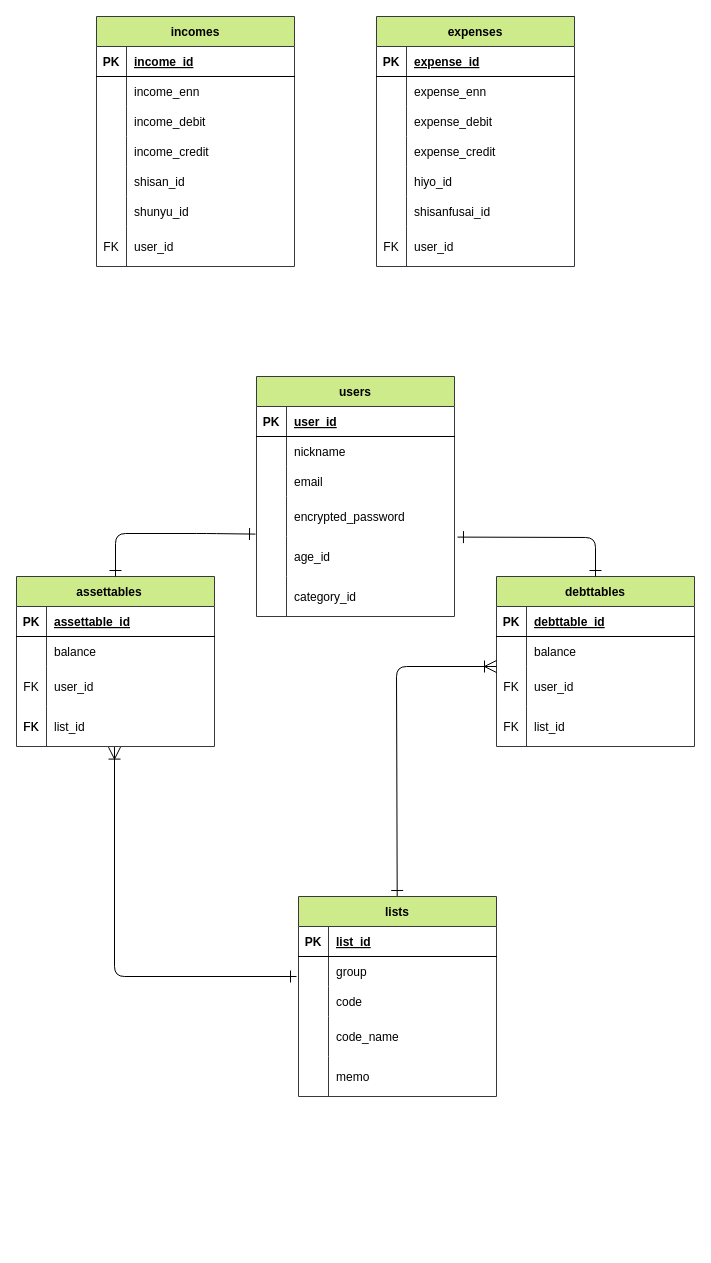
The draw.io diagram page "ER図" (2 of 3) of moneyforest.dio in rikakohira/moneyforest, before the edit. Source tidied: cells renumbered, new cells numbered last; positions are measured from the earlier drawing's top-left corner, leaving out a move shared by most shapes. Both pictures are drawn from the tidied source at 100%, with x=0, y=0 at pixel (16, 16).
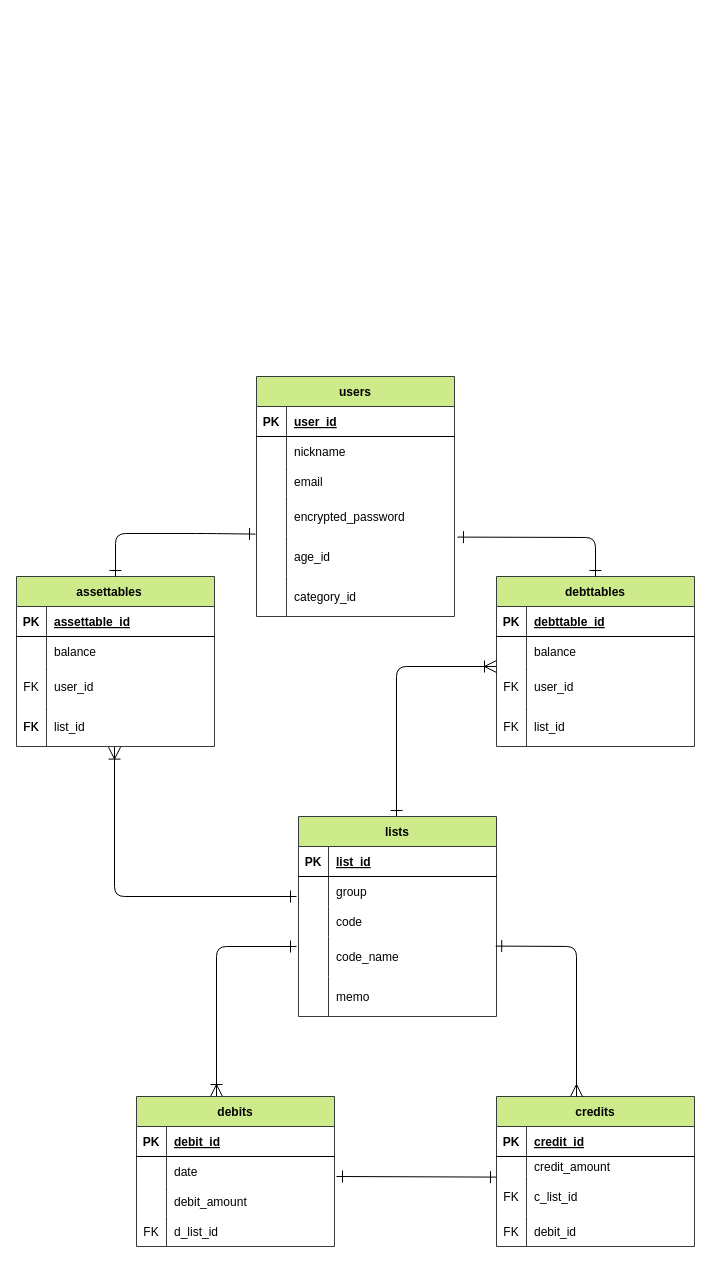
The same page after the edit.

Unchanged cells that the change refers to:
```xml
<mxCell id="31" style="shape=partialRectangle;fillColor=none;top=0;left=0;bottom=0;right=0;points=[[0,0.5],[1,0.5]];portConstraint=eastwest;strokeColor=#000000;fontColor=#000000;" parent="21" vertex="1">
  <mxGeometry y="130" width="198" height="40" as="geometry" />
</mxCell>
<mxCell id="35" style="shape=partialRectangle;fillColor=none;top=0;left=0;bottom=1;right=0;strokeColor=#000000;fontColor=#000000;" parent="34" vertex="1">
  <mxGeometry y="30" width="198" height="30" as="geometry" />
</mxCell>
<mxCell id="38" style="shape=partialRectangle;fillColor=none;top=0;left=0;bottom=0;right=0;strokeColor=#000000;fontColor=#000000;" parent="34" vertex="1">
  <mxGeometry y="60" width="198" height="30" as="geometry" />
</mxCell>
<mxCell id="41" style="shape=partialRectangle;fillColor=none;top=0;left=0;bottom=0;right=0;points=[[0,0.5],[1,0.5]];portConstraint=eastwest;strokeColor=#000000;fontColor=#000000;" parent="34" vertex="1">
  <mxGeometry y="90" width="198" height="30" as="geometry" />
</mxCell>
<mxCell id="44" style="shape=partialRectangle;fillColor=none;top=0;left=0;bottom=0;right=0;strokeColor=#000000;fontColor=#000000;" parent="34" vertex="1">
  <mxGeometry y="120" width="198" height="30" as="geometry" />
</mxCell>
<mxCell id="59" style="shape=partialRectangle;fillColor=none;top=0;left=0;bottom=1;right=0;strokeColor=#000000;fontColor=#000000;" parent="58" vertex="1">
  <mxGeometry y="30" width="198" height="30" as="geometry" />
</mxCell>
<mxCell id="106" style="shape=partialRectangle;fillColor=none;top=0;left=0;bottom=0;right=0;points=[[0,0.5],[1,0.5]];portConstraint=eastwest;strokeColor=#000000;fontColor=#000000;" parent="96" vertex="1">
  <mxGeometry y="120" width="198" height="40" as="geometry" />
</mxCell>
```

Diff of the diagram source:
```diff
@@
+    <mxCell id="116" style="edgeStyle=none;html=1;startArrow=ERoneToMany;startFill=0;endArrow=ERone;endFill=0;strokeColor=#000000;endSize=10;startSize=10;" parent="1" edge="1">
+      <mxGeometry relative="1" as="geometry">
+        <mxPoint x="200" y="1080" as="sourcePoint" />
+        <mxPoint x="280" y="930" as="targetPoint" />
+        <Array as="points">
+          <mxPoint x="200" y="930" />
+        </Array>
+      </mxGeometry>
+    </mxCell>
-    <mxCell id="34" value="incomes" style="shape=table;startSize=30;childLayout=tableLayout;rowLines=0;fontStyle=1;align=center;strokeColor=#36393d;fillColor=#cdeb8b;fontColor=#000000;resizeLastRow=1;" parent="1" vertex="1">
-      <mxGeometry x="80" width="198" height="250" as="geometry" />
+    <mxCell id="34" value="debits" style="shape=table;startSize=30;childLayout=tableLayout;rowLines=0;fontStyle=1;align=center;strokeColor=#36393d;fillColor=#cdeb8b;fontColor=#000000;resizeLastRow=1;" parent="1" vertex="1">
+      <mxGeometry x="120" y="1080" width="198" height="150" as="geometry" />
     </mxCell>
@@
-    <mxCell id="37" value="income_id" style="shape=partialRectangle;fillColor=none;top=0;left=0;bottom=0;right=0;align=left;spacingLeft=6;fontStyle=5;overflow=hidden;strokeColor=#000000;fontColor=#000000;" parent="35" vertex="1">
+    <mxCell id="37" value="debit_id" style="shape=partialRectangle;fillColor=none;top=0;left=0;bottom=0;right=0;align=left;spacingLeft=6;fontStyle=5;overflow=hidden;strokeColor=#000000;fontColor=#000000;" parent="35" vertex="1">
       <mxGeometry x="30" width="168" height="30" as="geometry" />
     </mxCell>
@@
-    <mxCell id="40" value="income_enn" style="shape=partialRectangle;fillColor=none;top=0;left=0;bottom=0;right=0;align=left;spacingLeft=6;overflow=hidden;strokeColor=#000000;fontColor=#000000;" parent="38" vertex="1">
+    <mxCell id="40" value="date" style="shape=partialRectangle;fillColor=none;top=0;left=0;bottom=0;right=0;align=left;spacingLeft=6;overflow=hidden;strokeColor=#000000;fontColor=#000000;" parent="38" vertex="1">
       <mxGeometry x="30" width="168" height="30" as="geometry" />
     </mxCell>
@@
-    <mxCell id="43" value="income_debit" style="shape=partialRectangle;fillColor=none;top=0;left=0;bottom=0;right=0;align=left;spacingLeft=6;overflow=hidden;strokeColor=#000000;fontColor=#000000;" parent="41" vertex="1">
+    <mxCell id="43" value="debit_amount" style="shape=partialRectangle;fillColor=none;top=0;left=0;bottom=0;right=0;align=left;spacingLeft=6;overflow=hidden;strokeColor=#000000;fontColor=#000000;" parent="41" vertex="1">
       <mxGeometry x="30" width="168" height="30" as="geometry" />
     </mxCell>
@@
-    <mxCell id="45" style="shape=partialRectangle;fillColor=none;top=0;left=0;bottom=0;right=0;overflow=hidden;strokeColor=#000000;fontColor=#000000;" parent="44" vertex="1">
+    <mxCell id="45" value="FK" style="shape=partialRectangle;fillColor=none;top=0;left=0;bottom=0;right=0;overflow=hidden;strokeColor=#000000;fontColor=#000000;" parent="44" vertex="1">
       <mxGeometry width="30" height="30" as="geometry" />
     </mxCell>
-    <mxCell id="46" value="income_credit" style="shape=partialRectangle;fillColor=none;top=0;left=0;bottom=0;right=0;align=left;spacingLeft=6;overflow=hidden;strokeColor=#000000;fontColor=#000000;" parent="44" vertex="1">
+    <mxCell id="46" value="d_list_id" style="shape=partialRectangle;fillColor=none;top=0;left=0;bottom=0;right=0;align=left;spacingLeft=6;overflow=hidden;strokeColor=#000000;fontColor=#000000;" parent="44" vertex="1">
       <mxGeometry x="30" width="168" height="30" as="geometry" />
     </mxCell>
-    <mxCell id="47" style="shape=partialRectangle;fillColor=none;top=0;left=0;bottom=0;right=0;strokeColor=#000000;fontColor=#000000;" parent="34" vertex="1">
-      <mxGeometry y="150" width="198" height="30" as="geometry" />
-    </mxCell>
-    <mxCell id="48" style="shape=partialRectangle;fillColor=none;top=0;left=0;bottom=0;right=0;overflow=hidden;strokeColor=#000000;fontColor=#000000;" parent="47" vertex="1">
-      <mxGeometry width="30" height="30" as="geometry" />
-    </mxCell>
-    <mxCell id="49" value="shisan_id" style="shape=partialRectangle;fillColor=none;top=0;left=0;bottom=0;right=0;align=left;spacingLeft=6;overflow=hidden;strokeColor=#000000;fontColor=#000000;" parent="47" vertex="1">
-      <mxGeometry x="30" width="168" height="30" as="geometry" />
-    </mxCell>
-    <mxCell id="50" style="shape=partialRectangle;fillColor=none;top=0;left=0;bottom=0;right=0;strokeColor=#000000;fontColor=#000000;" parent="34" vertex="1">
-      <mxGeometry y="180" width="198" height="30" as="geometry" />
-    </mxCell>
-    <mxCell id="51" style="shape=partialRectangle;fillColor=none;top=0;left=0;bottom=0;right=0;overflow=hidden;strokeColor=#000000;fontColor=#000000;" parent="50" vertex="1">
-      <mxGeometry width="30" height="30" as="geometry" />
-    </mxCell>
-    <mxCell id="52" value="shunyu_id" style="shape=partialRectangle;fillColor=none;top=0;left=0;bottom=0;right=0;align=left;spacingLeft=6;overflow=hidden;strokeColor=#000000;fontColor=#000000;" parent="50" vertex="1">
-      <mxGeometry x="30" width="168" height="30" as="geometry" />
-    </mxCell>
-    <mxCell id="53" style="shape=partialRectangle;fillColor=none;top=0;left=0;bottom=0;right=0;strokeColor=#000000;fontColor=#000000;" parent="34" vertex="1">
-      <mxGeometry y="210" width="198" height="40" as="geometry" />
-    </mxCell>
-    <mxCell id="54" value="FK" style="shape=partialRectangle;fillColor=none;top=0;left=0;bottom=0;right=0;overflow=hidden;strokeColor=#000000;fontColor=#000000;" parent="53" vertex="1">
-      <mxGeometry width="30" height="40" as="geometry" />
-    </mxCell>
-    <mxCell id="55" value="user_id" style="shape=partialRectangle;fillColor=none;top=0;left=0;bottom=0;right=0;align=left;spacingLeft=6;overflow=hidden;strokeColor=#000000;fontColor=#000000;" parent="53" vertex="1">
-      <mxGeometry x="30" width="168" height="40" as="geometry" />
-    </mxCell>
@@
-    <mxCell id="58" value="expenses" style="shape=table;startSize=30;childLayout=tableLayout;rowLines=0;fontStyle=1;align=center;strokeColor=#36393d;fillColor=#cdeb8b;fontColor=#000000;resizeLastRow=1;" parent="1" vertex="1">
-      <mxGeometry x="360" width="198" height="250" as="geometry" />
+    <mxCell id="58" value="credits" style="shape=table;startSize=30;childLayout=tableLayout;rowLines=0;fontStyle=1;align=center;strokeColor=#36393d;fillColor=#cdeb8b;fontColor=#000000;resizeLastRow=1;" parent="1" vertex="1">
+      <mxGeometry x="480" y="1080" width="198" height="150" as="geometry" />
     </mxCell>
@@
-    <mxCell id="61" value="expense_id" style="shape=partialRectangle;fillColor=none;top=0;left=0;bottom=0;right=0;align=left;spacingLeft=6;fontStyle=5;overflow=hidden;strokeColor=#000000;fontColor=#000000;" parent="59" vertex="1">
+    <mxCell id="61" value="credit_id" style="shape=partialRectangle;fillColor=none;top=0;left=0;bottom=0;right=0;align=left;spacingLeft=6;fontStyle=5;overflow=hidden;strokeColor=#000000;fontColor=#000000;" parent="59" vertex="1">
       <mxGeometry x="30" width="168" height="30" as="geometry" />
     </mxCell>
     <mxCell id="62" style="shape=partialRectangle;fillColor=none;top=0;left=0;bottom=0;right=0;strokeColor=#000000;fontColor=#000000;" parent="58" vertex="1">
-      <mxGeometry y="60" width="198" height="30" as="geometry" />
+      <mxGeometry y="60" width="198" height="20" as="geometry" />
     </mxCell>
     <mxCell id="63" style="shape=partialRectangle;fillColor=none;top=0;left=0;bottom=0;right=0;overflow=hidden;strokeColor=#000000;fontColor=#000000;" parent="62" vertex="1">
-      <mxGeometry width="30" height="30" as="geometry" />
+      <mxGeometry width="30" height="20" as="geometry" />
     </mxCell>
-    <mxCell id="64" value="expense_enn" style="shape=partialRectangle;fillColor=none;top=0;left=0;bottom=0;right=0;align=left;spacingLeft=6;overflow=hidden;strokeColor=#000000;fontColor=#000000;" parent="62" vertex="1">
-      <mxGeometry x="30" width="168" height="30" as="geometry" />
+    <mxCell id="64" value="credit_amount" style="shape=partialRectangle;fillColor=none;top=0;left=0;bottom=0;right=0;align=left;spacingLeft=6;overflow=hidden;strokeColor=#000000;fontColor=#000000;" parent="62" vertex="1">
+      <mxGeometry x="30" width="168" height="20" as="geometry" />
     </mxCell>
+    <mxCell id="77" style="shape=partialRectangle;fillColor=none;top=0;left=0;bottom=0;right=0;points=[[0,0.5],[1,0.5]];portConstraint=eastwest;strokeColor=#000000;fontColor=#000000;" parent="58" vertex="1">
+      <mxGeometry y="80" width="198" height="40" as="geometry" />
+    </mxCell>
+    <mxCell id="78" value="FK" style="shape=partialRectangle;fillColor=none;top=0;left=0;bottom=0;right=0;overflow=hidden;strokeColor=#000000;fontColor=#000000;" parent="77" vertex="1">
+      <mxGeometry width="30" height="40" as="geometry" />
+    </mxCell>
+    <mxCell id="79" value="c_list_id" style="shape=partialRectangle;fillColor=none;top=0;left=0;bottom=0;right=0;align=left;spacingLeft=6;overflow=hidden;strokeColor=#000000;fontColor=#000000;" parent="77" vertex="1">
+      <mxGeometry x="30" width="168" height="40" as="geometry" />
+    </mxCell>
     <mxCell id="65" style="shape=partialRectangle;fillColor=none;top=0;left=0;bottom=0;right=0;strokeColor=#000000;fontColor=#000000;" parent="58" vertex="1">
-      <mxGeometry y="90" width="198" height="30" as="geometry" />
+      <mxGeometry y="120" width="198" height="30" as="geometry" />
     </mxCell>
-    <mxCell id="66" style="shape=partialRectangle;fillColor=none;top=0;left=0;bottom=0;right=0;overflow=hidden;strokeColor=#000000;fontColor=#000000;" parent="65" vertex="1">
+    <mxCell id="66" value="FK" style="shape=partialRectangle;fillColor=none;top=0;left=0;bottom=0;right=0;overflow=hidden;strokeColor=#000000;fontColor=#000000;" parent="65" vertex="1">
       <mxGeometry width="30" height="30" as="geometry" />
     </mxCell>
-    <mxCell id="67" value="expense_debit" style="shape=partialRectangle;fillColor=none;top=0;left=0;bottom=0;right=0;align=left;spacingLeft=6;overflow=hidden;strokeColor=#000000;fontColor=#000000;" parent="65" vertex="1">
+    <mxCell id="67" value="debit_id" style="shape=partialRectangle;fillColor=none;top=0;left=0;bottom=0;right=0;align=left;spacingLeft=6;overflow=hidden;strokeColor=#000000;fontColor=#000000;" parent="65" vertex="1">
       <mxGeometry x="30" width="168" height="30" as="geometry" />
     </mxCell>
-    <mxCell id="68" style="shape=partialRectangle;fillColor=none;top=0;left=0;bottom=0;right=0;strokeColor=#000000;fontColor=#000000;" parent="58" vertex="1">
-      <mxGeometry y="120" width="198" height="30" as="geometry" />
-    </mxCell>
-    <mxCell id="69" style="shape=partialRectangle;fillColor=none;top=0;left=0;bottom=0;right=0;overflow=hidden;strokeColor=#000000;fontColor=#000000;" parent="68" vertex="1">
-      <mxGeometry width="30" height="30" as="geometry" />
-    </mxCell>
-    <mxCell id="70" value="expense_credit" style="shape=partialRectangle;fillColor=none;top=0;left=0;bottom=0;right=0;align=left;spacingLeft=6;overflow=hidden;strokeColor=#000000;fontColor=#000000;" parent="68" vertex="1">
-      <mxGeometry x="30" width="168" height="30" as="geometry" />
-    </mxCell>
-    <mxCell id="71" style="shape=partialRectangle;fillColor=none;top=0;left=0;bottom=0;right=0;strokeColor=#000000;fontColor=#000000;" parent="58" vertex="1">
-      <mxGeometry y="150" width="198" height="30" as="geometry" />
-    </mxCell>
-    <mxCell id="72" style="shape=partialRectangle;fillColor=none;top=0;left=0;bottom=0;right=0;overflow=hidden;strokeColor=#000000;fontColor=#000000;" parent="71" vertex="1">
-      <mxGeometry width="30" height="30" as="geometry" />
-    </mxCell>
-    <mxCell id="73" value="hiyo_id　" style="shape=partialRectangle;fillColor=none;top=0;left=0;bottom=0;right=0;align=left;spacingLeft=6;overflow=hidden;strokeColor=#000000;fontColor=#000000;" parent="71" vertex="1">
-      <mxGeometry x="30" width="168" height="30" as="geometry" />
-    </mxCell>
-    <mxCell id="74" style="shape=partialRectangle;fillColor=none;top=0;left=0;bottom=0;right=0;strokeColor=#000000;fontColor=#000000;" parent="58" vertex="1">
-      <mxGeometry y="180" width="198" height="30" as="geometry" />
-    </mxCell>
-    <mxCell id="75" style="shape=partialRectangle;fillColor=none;top=0;left=0;bottom=0;right=0;overflow=hidden;strokeColor=#000000;fontColor=#000000;" parent="74" vertex="1">
-      <mxGeometry width="30" height="30" as="geometry" />
-    </mxCell>
-    <mxCell id="76" value="shisanfusai_id　" style="shape=partialRectangle;fillColor=none;top=0;left=0;bottom=0;right=0;align=left;spacingLeft=6;overflow=hidden;strokeColor=#000000;fontColor=#000000;" parent="74" vertex="1">
-      <mxGeometry x="30" width="168" height="30" as="geometry" />
-    </mxCell>
-    <mxCell id="77" style="shape=partialRectangle;fillColor=none;top=0;left=0;bottom=0;right=0;points=[[0,0.5],[1,0.5]];portConstraint=eastwest;strokeColor=#000000;fontColor=#000000;" parent="58" vertex="1">
-      <mxGeometry y="210" width="198" height="40" as="geometry" />
-    </mxCell>
-    <mxCell id="78" value="FK" style="shape=partialRectangle;fillColor=none;top=0;left=0;bottom=0;right=0;overflow=hidden;strokeColor=#000000;fontColor=#000000;" parent="77" vertex="1">
-      <mxGeometry width="30" height="40" as="geometry" />
-    </mxCell>
-    <mxCell id="79" value="user_id" style="shape=partialRectangle;fillColor=none;top=0;left=0;bottom=0;right=0;align=left;spacingLeft=6;overflow=hidden;strokeColor=#000000;fontColor=#000000;" parent="77" vertex="1">
-      <mxGeometry x="30" width="168" height="40" as="geometry" />
-    </mxCell>
@@
-    <mxCell id="95" style="edgeStyle=none;html=1;startArrow=ERone;startFill=0;endArrow=ERoneToMany;endFill=0;startSize=10;endSize=10;strokeColor=#000000;" parent="1" edge="1" source="96">
+    <mxCell id="95" style="edgeStyle=none;html=1;startArrow=ERone;startFill=0;endArrow=ERoneToMany;endFill=0;startSize=10;endSize=10;strokeColor=#000000;" parent="1" edge="1">
       <mxGeometry relative="1" as="geometry">
+        <mxPoint x="380" y="800" as="sourcePoint" />
         <mxPoint x="480" y="650" as="targetPoint" />
         <Array as="points">
           <mxPoint x="380" y="650" />
         </Array>
       </mxGeometry>
     </mxCell>
     <mxCell id="96" value="lists" style="shape=table;startSize=30;childLayout=tableLayout;rowLines=0;fontStyle=1;align=center;strokeColor=#36393d;fillColor=#cdeb8b;fontColor=#000000;portConstraintRotation=0;resizeLastRow=1;" parent="1" vertex="1">
-      <mxGeometry x="282" y="880" width="198" height="200" as="geometry" />
+      <mxGeometry x="282" y="800" width="198" height="200" as="geometry" />
     </mxCell>
@@
     <mxCell id="113" style="edgeStyle=none;html=1;entryX=0.495;entryY=1.015;entryDx=0;entryDy=0;entryPerimeter=0;strokeColor=#000000;endArrow=ERoneToMany;endFill=0;startArrow=ERone;startFill=0;endSize=10;startSize=10;" parent="1" edge="1" target="31">
       <mxGeometry relative="1" as="geometry">
-        <mxPoint x="280" y="960" as="sourcePoint" />
+        <mxPoint x="280" y="880" as="sourcePoint" />
         <Array as="points">
-          <mxPoint x="98" y="960" />
+          <mxPoint x="98" y="880" />
         </Array>
       </mxGeometry>
     </mxCell>
@@
+    <mxCell id="117" style="edgeStyle=none;html=1;entryX=0;entryY=0.015;entryDx=0;entryDy=0;entryPerimeter=0;strokeColor=#000000;startArrow=ERone;startFill=0;endArrow=ERone;endFill=0;endSize=10;startSize=10;" parent="1" edge="1" target="77">
+      <mxGeometry relative="1" as="geometry">
+        <mxPoint x="320" y="1160" as="sourcePoint" />
+      </mxGeometry>
+    </mxCell>
+    <mxCell id="118" style="edgeStyle=none;html=1;startArrow=ERmany;startFill=0;endArrow=ERone;endFill=0;strokeColor=#000000;entryX=0.996;entryY=0.24;entryDx=0;entryDy=0;entryPerimeter=0;endSize=10;startSize=10;" parent="1" edge="1" target="106">
+      <mxGeometry relative="1" as="geometry">
+        <mxPoint x="560" y="1080" as="sourcePoint" />
+        <Array as="points">
+          <mxPoint x="560" y="930" />
+        </Array>
+      </mxGeometry>
+    </mxCell>
```
